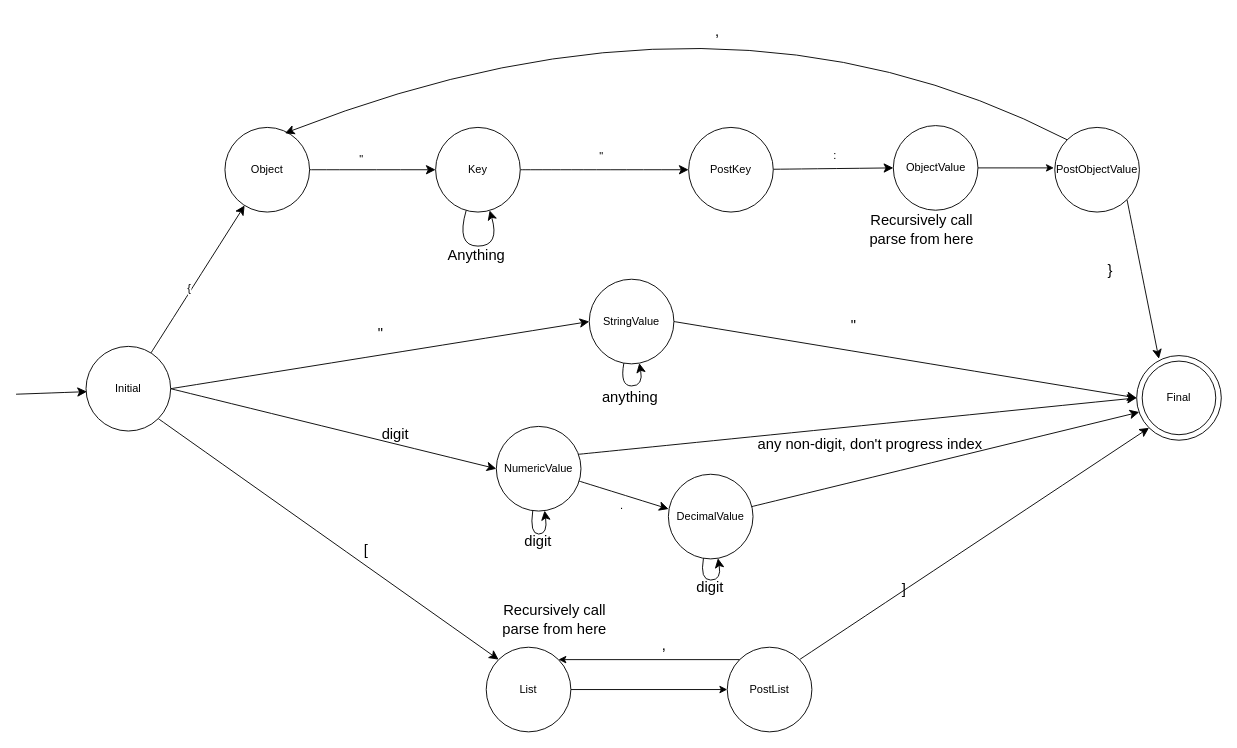
This is 0-encoding/documents/JsonParser.drawio from KandareJ/GenerateEncoder, a draw.io file, before an edit. Source tidied: cells renumbered, new cells numbered last; positions are measured from the earlier drawing's top-left corner, leaving out a move shared by most shapes. Both pictures are drawn from the tidied source at 92%, with x=0, y=0 at pixel (16, -39).
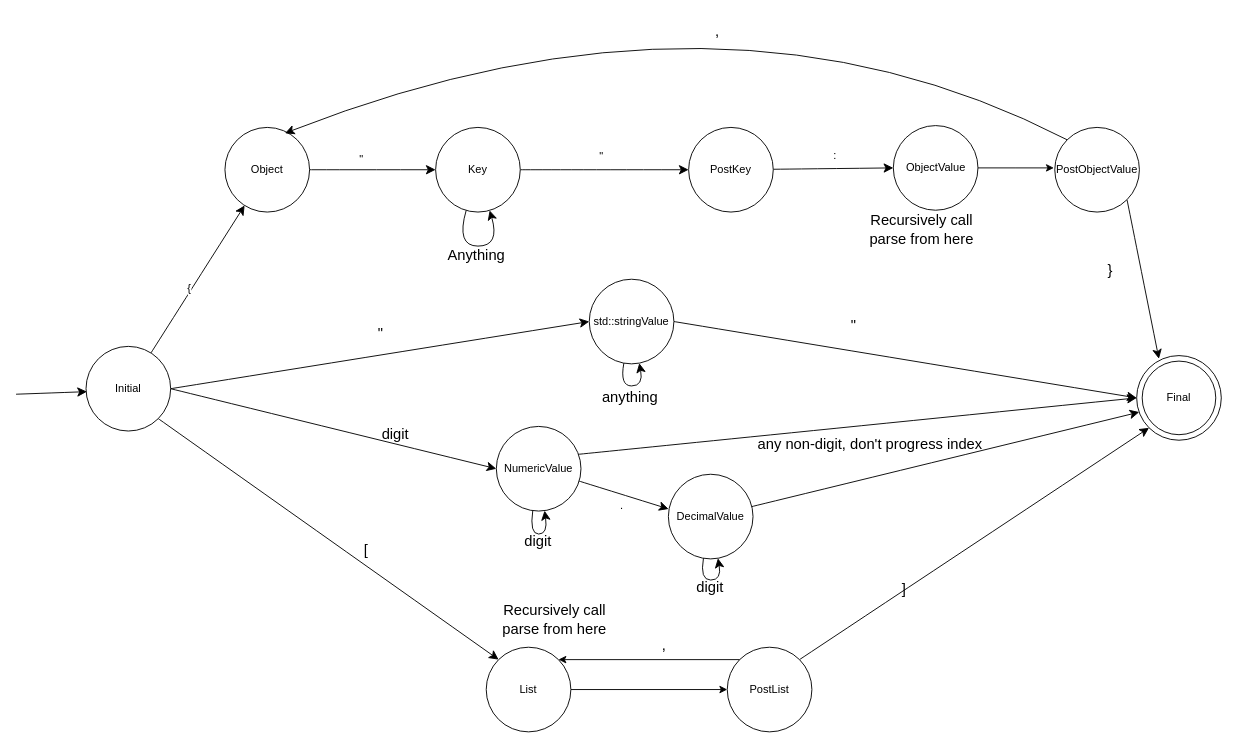
The same diagram, later.

What changed in the source:
```diff
@@
-    <mxCell id="17" value="StringValue" style="ellipse;whiteSpace=wrap;html=1;" parent="1" vertex="1">
+    <mxCell id="17" value="std::stringValue" style="ellipse;whiteSpace=wrap;html=1;" parent="1" vertex="1">
       <mxGeometry x="623" y="345" width="92" height="92" as="geometry" />
     </mxCell>
```
